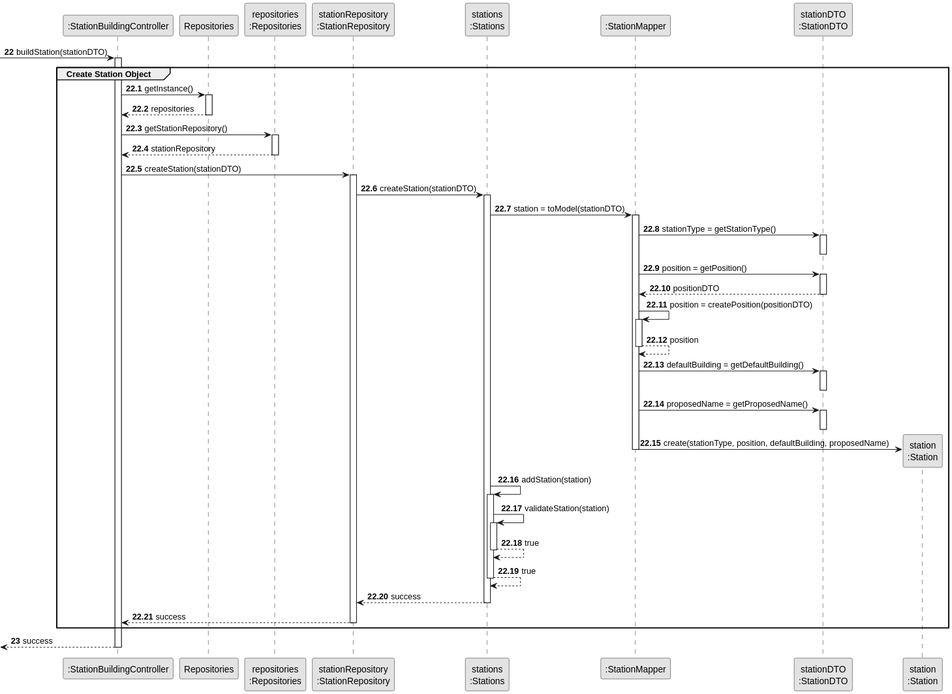
The PlantUML diagram docs/system-documentation/Sprint 3/US05/03.design/svg/US05-SD-partial-Create-Station-Object.svg in HenriqueSilva18/Railway-Network-Simulator, before a commit.
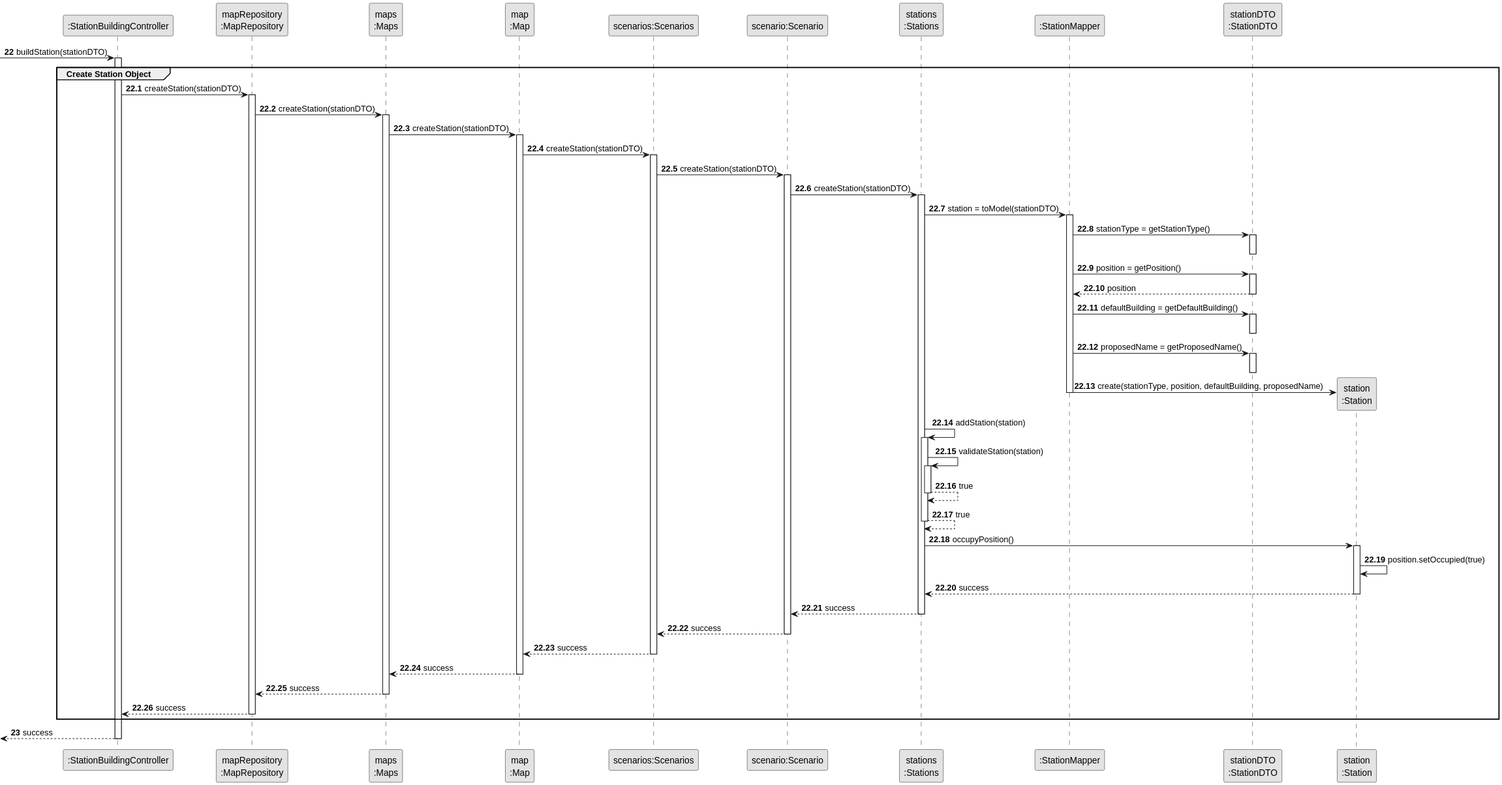
The same diagram one commit later.

What changed in the source:
```diff
@@ -4,11 +4,12 @@
 skinparam shadowing false
 
 participant ":StationBuildingController" as CTRL
-participant "Repositories" as REPOS
-participant "repositories\n:Repositories" as REPOS_SINGLETON
-participant "stationRepository\n:StationRepository" as STATION_REPO
+participant "mapRepository\n:MapRepository" as MAP_REPO
+participant "maps\n:Maps" as MAPS
+participant "map\n:Map" as MAP
+participant "scenarios:Scenarios" as SCNS
+participant "scenario:Scenario" as SCN
 participant "stations\n:Stations" as STATIONS
-
 participant ":StationMapper" as STATION_MAPPER
 participant "stationDTO\n:StationDTO" as STATION_DTO
 participant "station\n:Station" as STATION
@@ -20,19 +21,18 @@
 activate CTRL
     group Create Station Object
 
-        CTRL -> REPOS : getInstance()
-        activate REPOS
-            REPOS --> CTRL: repositories
-        deactivate REPOS
 
-        CTRL -> REPOS_SINGLETON: getStationRepository()
-        activate REPOS_SINGLETON
-            REPOS_SINGLETON --> CTRL: stationRepository
-        deactivate REPOS_SINGLETON
-
-        CTRL -> STATION_REPO: createStation(stationDTO)
-        activate STATION_REPO
-            STATION_REPO -> STATIONS: createStation(stationDTO)
+        CTRL -> MAP_REPO: createStation(stationDTO)
+        activate MAP_REPO
+            MAP_REPO -> MAPS: createStation(stationDTO)
+            activate MAPS
+            MAPS -> MAP: createStation(stationDTO)
+            activate MAP
+            MAP -> SCNS: createStation(stationDTO)
+            activate SCNS
+            SCNS -> SCN: createStation(stationDTO)
+            activate SCN
+            SCN -> STATIONS: createStation(stationDTO)
             activate STATIONS
                 STATIONS -> STATION_MAPPER: station = toModel(stationDTO)
                 activate STATION_MAPPER
@@ -42,13 +42,8 @@
 
                     STATION_MAPPER -> STATION_DTO: position = getPosition()
                     activate STATION_DTO
-                        STATION_DTO --> STATION_MAPPER: positionDTO
+                        STATION_DTO --> STATION_MAPPER: position
                     deactivate STATION_DTO
-
-                    STATION_MAPPER -> STATION_MAPPER: position = createPosition(positionDTO)
-                    activate STATION_MAPPER
-                        STATION_MAPPER --> STATION_MAPPER: position
-                    deactivate STATION_MAPPER
 
                     STATION_MAPPER -> STATION_DTO: defaultBuilding = getDefaultBuilding()
                     activate STATION_DTO
@@ -70,11 +65,24 @@
                     STATIONS --> STATIONS: true
                     deactivate STATIONS
 
-                STATIONS --> STATION_REPO: success
-            deactivate STATIONS
+                    STATIONS -> STATION: occupyPosition()
+                    activate STATION
+                        STATION -> STATION: position.setOccupied(true)
+                        STATION --> STATIONS: success
+                    deactivate STATION
 
-            STATION_REPO --> CTRL: success
-        deactivate STATION_REPO
+                    STATIONS --> SCN: success
+                    deactivate STATIONS
+                    SCN --> SCNS: success
+                    deactivate SCN
+                    SCNS --> MAP: success
+                    deactivate SCNS
+                    MAP --> MAPS: success
+                    deactivate MAP
+                    MAPS --> MAP_REPO: success
+                    deactivate MAPS
+            MAP_REPO --> CTRL: success
+        deactivate MAP_REPO
 
     end
 
```
